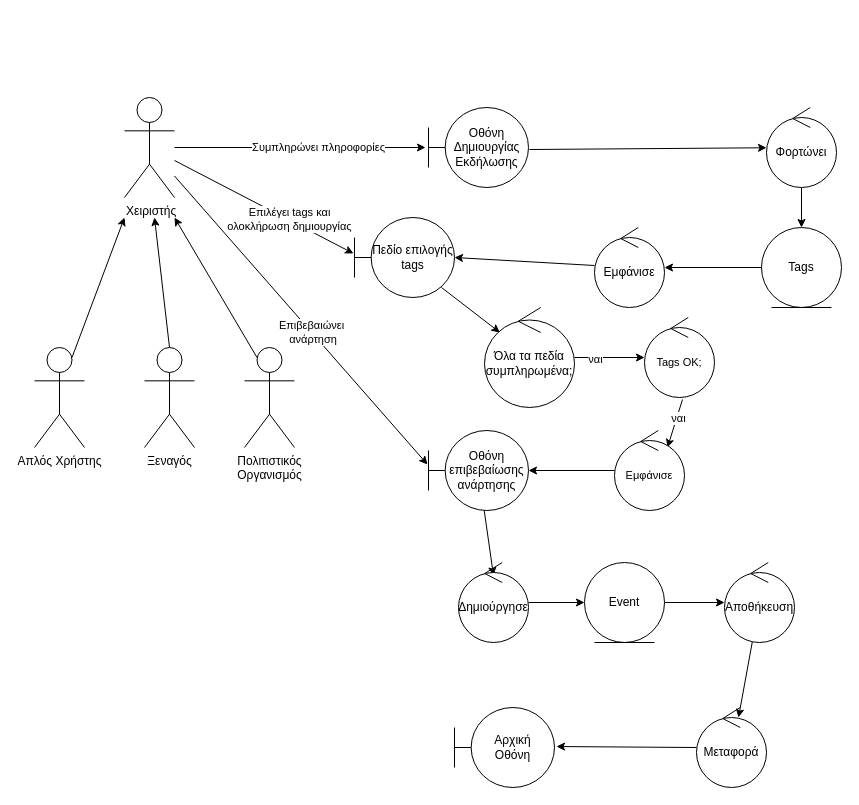
Before: Phase-3/Temp files/Diagrams/Join_Event_Robustness.drawio in sfikastheo/CEID-SoftwareEngineering-2023, a draw.io diagram. Source tidied: cells renumbered, new cells numbered last; positions are measured from the earlier drawing's top-left corner, leaving out a move shared by most shapes. Both pictures are drawn from the tidied source at 100%, with x=0, y=0 at pixel (34, 97).
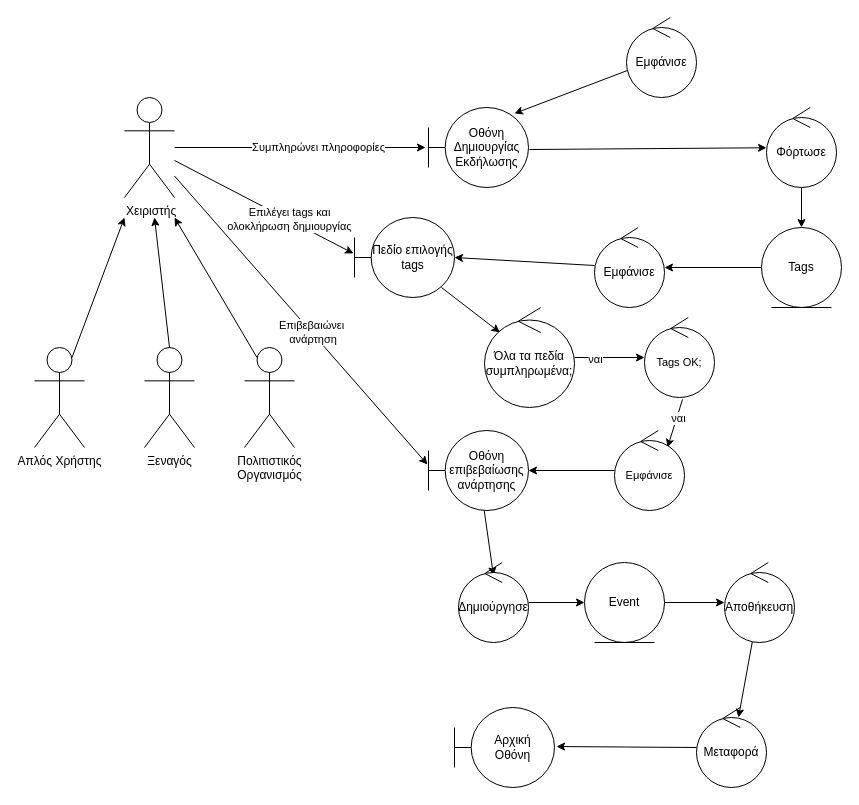
Above is the later version.

The change refers to these unchanged cells:
```xml
<mxCell id="16" value="Οθόνη Δημιουργίας Εκδήλωσης" style="shape=umlBoundary;whiteSpace=wrap;html=1;" parent="1" vertex="1">
  <mxGeometry x="394" y="10" width="100" height="80" as="geometry" />
</mxCell>
```

What changed in the source:
```diff
@@
-    <mxCell id="18" value="Φορτώνει" style="ellipse;shape=umlControl;whiteSpace=wrap;html=1;" parent="1" vertex="1">
+    <mxCell id="18" value="Φόρτωσε" style="ellipse;shape=umlControl;whiteSpace=wrap;html=1;" parent="1" vertex="1">
       <mxGeometry x="732" y="10" width="70" height="80" as="geometry" />
     </mxCell>
@@
+    <mxCell id="44" style="edgeStyle=none;shape=connector;rounded=0;jettySize=auto;html=1;entryX=0.86;entryY=0.075;entryDx=0;entryDy=0;entryPerimeter=0;labelBackgroundColor=default;strokeColor=default;fontFamily=Helvetica;fontSize=11;fontColor=default;endArrow=classic;" parent="1" edge="1" source="45" target="16">
+      <mxGeometry relative="1" as="geometry" />
+    </mxCell>
+    <mxCell id="45" value="Εμφάνισε" style="ellipse;shape=umlControl;whiteSpace=wrap;html=1;" parent="1" vertex="1">
+      <mxGeometry x="592" y="-80" width="70" height="80" as="geometry" />
+    </mxCell>
```
